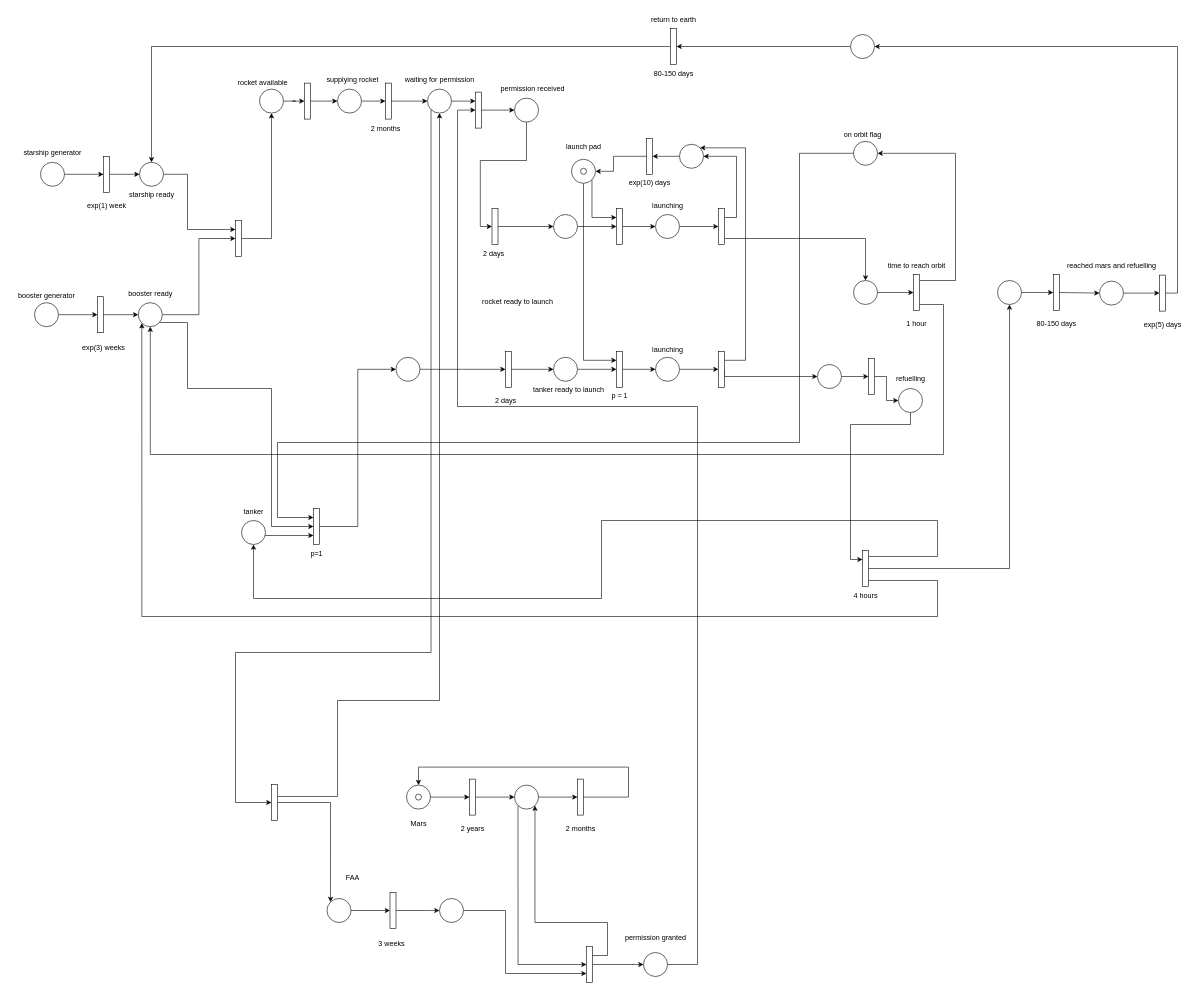
This is IMS.drawio from jkalend/VUT-IMS, a draw.io file, before an edit. Source tidied: cells renumbered, new cells numbered last; positions are measured from the earlier drawing's top-left corner, leaving out a move shared by most shapes. Both pictures are drawn from the tidied source at 60%, with x=0, y=0 at pixel (10, 10).
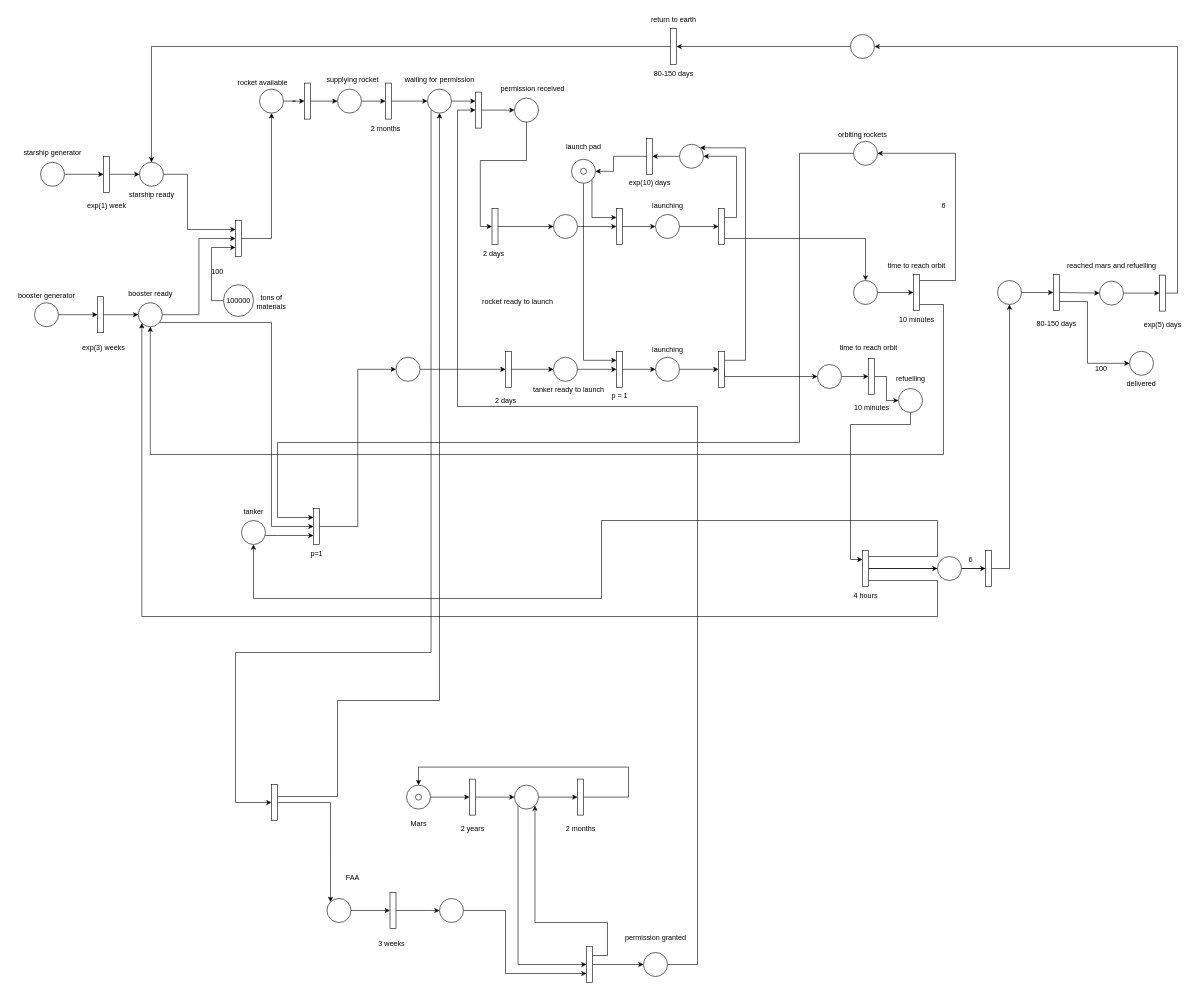
Above is the later version.

Unchanged cells that the change refers to:
```xml
<mxCell id="43" style="ellipse;whiteSpace=wrap;html=1;" parent="1" vertex="1">
  <mxGeometry x="1645" y="450" width="40" height="40" as="geometry" />
</mxCell>
<mxCell id="45" style="rounded=0;whiteSpace=wrap;html=1;" parent="1" vertex="1">
  <mxGeometry x="1738" y="440" width="10" height="60" as="geometry" />
</mxCell>
<mxCell id="64" style="ellipse;whiteSpace=wrap;html=1;" parent="1" vertex="1">
  <mxGeometry x="213" y="487" width="40" height="40" as="geometry" />
</mxCell>
<mxCell id="66" style="rounded=0;whiteSpace=wrap;html=1;" parent="1" vertex="1">
  <mxGeometry x="375" y="350" width="10" height="60" as="geometry" />
</mxCell>
<mxCell id="83" style="rounded=0;whiteSpace=wrap;html=1;" parent="1" vertex="1">
  <mxGeometry x="505" y="830" width="10" height="60" as="geometry" />
</mxCell>
<mxCell id="87" style="rounded=0;whiteSpace=wrap;html=1;" parent="1" vertex="1">
  <mxGeometry x="1420" y="900" width="10" height="60" as="geometry" />
</mxCell>
```

Diff of the diagram source:
```diff
@@
-    <mxCell id="41" value="1 hour" style="text;html=1;align=center;verticalAlign=middle;strokeColor=none;fillColor=none;" parent="1" vertex="1">
-      <mxGeometry x="1480" y="508" width="60" height="30" as="geometry" />
+    <mxCell id="41" value="10 minutes" style="text;html=1;align=center;verticalAlign=middle;strokeColor=none;fillColor=none;" parent="1" vertex="1">
+      <mxGeometry x="1395" y="648" width="80" height="30" as="geometry" />
     </mxCell>
@@
+    <mxCell id="159" style="edgeStyle=orthogonalEdgeStyle;rounded=0;jettySize=auto;html=1;exitX=1;exitY=0.75;exitDx=0;exitDy=0;entryX=0;entryY=0.5;entryDx=0;entryDy=0;" parent="1" edge="1" source="45" target="166">
+      <mxGeometry relative="1" as="geometry">
+        <Array as="points">
+          <mxPoint x="1795" y="485" />
+          <mxPoint x="1795" y="588" />
+        </Array>
+      </mxGeometry>
+    </mxCell>
@@
     <mxCell id="63" style="edgeStyle=orthogonalEdgeStyle;rounded=0;jettySize=auto;html=1;entryX=0;entryY=0.5;entryDx=0;entryDy=0;" parent="1" edge="1" source="64" target="83">
       <mxGeometry relative="1" as="geometry">
         <Array as="points">
-          <mxPoint x="295" y="520" />
-          <mxPoint x="295" y="630" />
-          <mxPoint x="435" y="630" />
+          <mxPoint x="435" y="520" />
           <mxPoint x="435" y="860" />
         </Array>
       </mxGeometry>
     </mxCell>
@@
-    <mxCell id="78" value="on orbit flag" style="text;html=1;align=center;verticalAlign=middle;strokeColor=none;fillColor=none;" parent="1" vertex="1">
-      <mxGeometry x="1375" y="193" width="90" height="30" as="geometry" />
+    <mxCell id="78" value="orbiting rockets" style="text;html=1;align=center;verticalAlign=middle;strokeColor=none;fillColor=none;" parent="1" vertex="1">
+      <mxGeometry x="1370" y="193" width="100" height="30" as="geometry" />
     </mxCell>
@@
     <mxCell id="86" style="edgeStyle=orthogonalEdgeStyle;rounded=0;jettySize=auto;html=1;entryX=0.5;entryY=1;entryDx=0;entryDy=0;" parent="1" edge="1" source="87" target="43">
-      <mxGeometry relative="1" as="geometry" />
+      <mxGeometry relative="1" as="geometry">
+        <Array as="points">
+          <mxPoint x="1665" y="930" />
+        </Array>
+      </mxGeometry>
     </mxCell>
+    <mxCell id="160" style="edgeStyle=orthogonalEdgeStyle;rounded=0;jettySize=auto;html=1;exitX=1;exitY=0.5;exitDx=0;exitDy=0;entryX=0;entryY=0.5;entryDx=0;entryDy=0;" parent="1" edge="1" source="87" target="170">
+      <mxGeometry relative="1" as="geometry" />
+    </mxCell>
@@
+    <mxCell id="161" value="time to reach orbit" style="text;html=1;align=center;verticalAlign=middle;strokeColor=none;fillColor=none;" parent="1" vertex="1">
+      <mxGeometry x="1370" y="548" width="120" height="30" as="geometry" />
+    </mxCell>
+    <mxCell id="162" style="edgeStyle=orthogonalEdgeStyle;rounded=0;jettySize=auto;html=1;exitX=0;exitY=0.5;exitDx=0;exitDy=0;entryX=0;entryY=0.75;entryDx=0;entryDy=0;" parent="1" edge="1" source="163" target="66">
+      <mxGeometry relative="1" as="geometry" />
+    </mxCell>
+    <mxCell id="163" value="100000" style="ellipse;whiteSpace=wrap;html=1;" parent="1" vertex="1">
+      <mxGeometry x="355" y="457" width="50" height="53" as="geometry" />
+    </mxCell>
+    <mxCell id="164" value="100" style="text;html=1;strokeColor=none;fillColor=none;align=center;verticalAlign=middle;whiteSpace=wrap;rounded=0;" parent="1" vertex="1">
+      <mxGeometry x="315" y="420" width="60" height="30" as="geometry" />
+    </mxCell>
+    <mxCell id="165" value="tons of materials" style="text;html=1;strokeColor=none;fillColor=none;align=center;verticalAlign=middle;whiteSpace=wrap;rounded=0;" parent="1" vertex="1">
+      <mxGeometry x="405" y="471" width="60" height="30" as="geometry" />
+    </mxCell>
+    <mxCell id="166" style="ellipse;whiteSpace=wrap;html=1;" parent="1" vertex="1">
+      <mxGeometry x="1865" y="568" width="40" height="40" as="geometry" />
+    </mxCell>
+    <mxCell id="167" value="100" style="text;html=1;strokeColor=none;fillColor=none;align=center;verticalAlign=middle;whiteSpace=wrap;rounded=0;" parent="1" vertex="1">
+      <mxGeometry x="1788" y="583" width="60" height="30" as="geometry" />
+    </mxCell>
+    <mxCell id="168" value="delivered" style="text;html=1;strokeColor=none;fillColor=none;align=center;verticalAlign=middle;whiteSpace=wrap;rounded=0;" parent="1" vertex="1">
+      <mxGeometry x="1855" y="608" width="60" height="30" as="geometry" />
+    </mxCell>
+    <mxCell id="169" style="edgeStyle=orthogonalEdgeStyle;rounded=0;jettySize=auto;html=1;exitX=1;exitY=0.5;exitDx=0;exitDy=0;entryX=0;entryY=0.5;entryDx=0;entryDy=0;" parent="1" edge="1" source="170" target="171">
+      <mxGeometry relative="1" as="geometry" />
+    </mxCell>
+    <mxCell id="170" style="ellipse;whiteSpace=wrap;html=1;" parent="1" vertex="1">
+      <mxGeometry x="1545" y="910" width="40" height="40" as="geometry" />
+    </mxCell>
+    <mxCell id="171" style="rounded=0;whiteSpace=wrap;html=1;" parent="1" vertex="1">
+      <mxGeometry x="1625" y="900" width="10" height="60" as="geometry" />
+    </mxCell>
+    <mxCell id="172" value="6" style="text;html=1;align=center;verticalAlign=middle;strokeColor=none;fillColor=none;" parent="1" vertex="1">
+      <mxGeometry x="1585" y="900" width="30" height="30" as="geometry" />
+    </mxCell>
+    <mxCell id="173" value="6" style="text;html=1;align=center;verticalAlign=middle;strokeColor=none;fillColor=none;" parent="1" vertex="1">
+      <mxGeometry x="1540" y="310" width="30" height="30" as="geometry" />
+    </mxCell>
+    <mxCell id="174" value="10 minutes" style="text;html=1;align=center;verticalAlign=middle;strokeColor=none;fillColor=none;" parent="1" vertex="1">
+      <mxGeometry x="1470" y="501" width="80" height="30" as="geometry" />
+    </mxCell>
```
